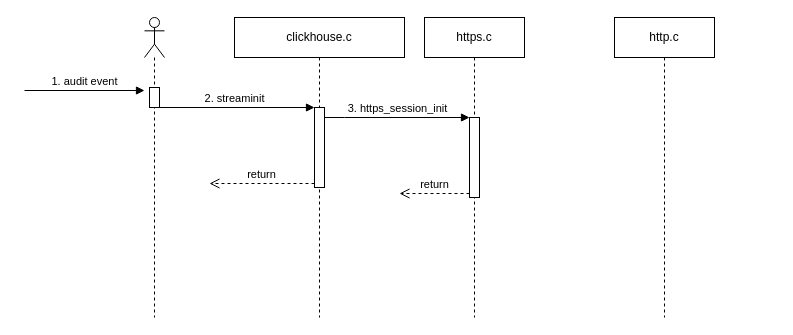
Above: clickhouse interact http.drawio in leonce28/draw-io-img (draw.io), before the change. Source tidied: cells renumbered, new cells numbered last; positions are measured from the earlier drawing's top-left corner, leaving out a move shared by most shapes. Both pictures are drawn from the tidied source at 100%, with x=0, y=0 at pixel (24, 17).
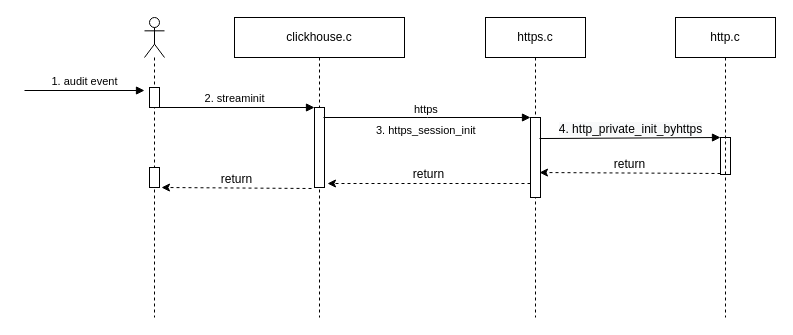
After the change.

Unchanged cells that the change refers to:
```xml
<mxCell id="2" value="clickhouse.c" style="shape=umlLifeline;perimeter=lifelinePerimeter;whiteSpace=wrap;html=1;" parent="1" vertex="1">
  <mxGeometry x="210" width="170" height="300" as="geometry" />
</mxCell>
<mxCell id="3" style="html=1;points=[];perimeter=orthogonalPerimeter;" parent="2" vertex="1">
  <mxGeometry x="80" y="90" width="10" height="80" as="geometry" />
</mxCell>
<mxCell id="8" style="html=1;points=[];perimeter=orthogonalPerimeter;" parent="7" vertex="1">
  <mxGeometry x="45" y="100" width="10" height="80" as="geometry" />
</mxCell>
```

Change to the diagram source:
```diff
@@
+    <mxCell id="5" style="shape=umlLifeline;participant=umlActor;perimeter=lifelinePerimeter;whiteSpace=wrap;html=1;verticalAlign=top;spacingTop=36;" parent="1" vertex="1">
+      <mxGeometry x="120" width="20" height="300" as="geometry" />
+    </mxCell>
+    <mxCell id="6" style="html=1;perimeter=orthogonalPerimeter;" parent="5" vertex="1">
+      <mxGeometry x="5" y="70" width="10" height="20" as="geometry" />
+    </mxCell>
+    <mxCell id="14" style="html=1;perimeter=orthogonalPerimeter;" parent="5" vertex="1">
+      <mxGeometry x="5" y="150" width="10" height="20" as="geometry" />
+    </mxCell>
@@
-    <mxCell id="4" value="return" style="html=1;verticalAlign=bottom;endArrow=open;dashed=1;endSize=8;exitX=0;exitY=0.95;rounded=0;" parent="2" edge="1" source="3">
-      <mxGeometry relative="1" as="geometry">
-        <mxPoint x="-25" y="166" as="targetPoint" />
-      </mxGeometry>
-    </mxCell>
-    <mxCell id="5" style="shape=umlLifeline;participant=umlActor;perimeter=lifelinePerimeter;whiteSpace=wrap;html=1;verticalAlign=top;spacingTop=36;" parent="1" vertex="1">
-      <mxGeometry x="120" width="20" height="300" as="geometry" />
-    </mxCell>
-    <mxCell id="6" style="html=1;perimeter=orthogonalPerimeter;" parent="5" vertex="1">
-      <mxGeometry x="5" y="70" width="10" height="20" as="geometry" />
-    </mxCell>
+    <mxCell id="15" value="return" style="html=1;verticalAlign=bottom;endArrow=classic;dashed=1;endSize=6;exitX=0;exitY=0.95;rounded=0;fontFamily=Helvetica;fontSize=12;fontColor=default;strokeWidth=1;endFill=1;" parent="2" edge="1">
+      <mxGeometry relative="1" as="geometry">
+        <mxPoint x="77" y="171" as="sourcePoint" />
+        <mxPoint x="-73" y="170" as="targetPoint" />
+      </mxGeometry>
+    </mxCell>
     <mxCell id="7" value="https.c" style="shape=umlLifeline;perimeter=lifelinePerimeter;whiteSpace=wrap;html=1;" parent="1" vertex="1">
-      <mxGeometry x="400" width="100" height="300" as="geometry" />
+      <mxGeometry x="461" width="100" height="300" as="geometry" />
     </mxCell>
@@
-    <mxCell id="9" value="return" style="html=1;verticalAlign=bottom;endArrow=open;dashed=1;endSize=8;exitX=0;exitY=0.95;rounded=0;" parent="7" edge="1" source="8">
-      <mxGeometry relative="1" as="geometry">
-        <mxPoint x="-25" y="176" as="targetPoint" />
-      </mxGeometry>
-    </mxCell>
+    <mxCell id="13" value="&lt;span style=&quot;text-align: center&quot;&gt;3. https_session_init&lt;/span&gt;" style="endArrow=block;endFill=1;html=1;edgeStyle=orthogonalEdgeStyle;align=left;verticalAlign=top;rounded=0;exitX=0.9;exitY=0.125;exitDx=0;exitDy=0;exitPerimeter=0;" parent="7" edge="1" source="3">
+      <mxGeometry x="-0.51" relative="1" as="geometry">
+        <mxPoint x="45" y="100" as="targetPoint" />
+      </mxGeometry>
+    </mxCell>
+    <mxCell id="16" value="https" style="edgeLabel;html=1;align=left;verticalAlign=bottom;" parent="13" vertex="1">
+      <mxGeometry x="-1" relative="1" as="geometry">
+        <mxPoint x="89" as="offset" />
+      </mxGeometry>
+    </mxCell>
+    <mxCell id="17" value="return" style="html=1;verticalAlign=bottom;endArrow=classic;dashed=1;endSize=6;exitX=0;exitY=0.95;rounded=0;fontFamily=Helvetica;fontSize=12;fontColor=default;strokeWidth=1;entryX=1.3;entryY=0.95;entryDx=0;entryDy=0;entryPerimeter=0;endFill=1;" parent="7" edge="1" target="3">
+      <mxGeometry relative="1" as="geometry">
+        <mxPoint x="45" y="166" as="sourcePoint" />
+      </mxGeometry>
+    </mxCell>
     <mxCell id="10" value="http.c" style="shape=umlLifeline;perimeter=lifelinePerimeter;whiteSpace=wrap;html=1;" parent="1" vertex="1">
-      <mxGeometry x="590" width="100" height="300" as="geometry" />
+      <mxGeometry x="651" width="100" height="300" as="geometry" />
     </mxCell>
+    <mxCell id="18" style="html=1;points=[];perimeter=orthogonalPerimeter;fontFamily=Helvetica;fontSize=12;fontColor=default;fillColor=none;gradientColor=none;" parent="10" vertex="1">
+      <mxGeometry x="45" y="120" width="10" height="37" as="geometry" />
+    </mxCell>
@@
-    <mxCell id="13" value="3. https_session_init" style="html=1;verticalAlign=bottom;endArrow=block;entryX=0;entryY=0;rounded=0;" parent="1" edge="1" target="8">
-      <mxGeometry relative="1" as="geometry">
-        <mxPoint x="300" y="100" as="sourcePoint" />
-        <Array as="points">
-          <mxPoint x="320" y="100" />
-        </Array>
-      </mxGeometry>
-    </mxCell>
+    <mxCell id="19" value="&lt;span style=&quot;text-align: left ; background-color: rgb(248 , 249 , 250)&quot;&gt;4. http_private_init_byhttps&lt;/span&gt;" style="html=1;verticalAlign=bottom;endArrow=block;entryX=0;entryY=0;rounded=0;fontFamily=Helvetica;fontSize=12;fontColor=default;endSize=6;strokeWidth=1;exitX=0.9;exitY=0.263;exitDx=0;exitDy=0;exitPerimeter=0;" parent="1" edge="1" source="8" target="18">
+      <mxGeometry relative="1" as="geometry" />
+    </mxCell>
+    <mxCell id="20" value="return" style="html=1;verticalAlign=bottom;endArrow=classic;dashed=1;endSize=6;exitX=0;exitY=0.95;rounded=0;fontFamily=Helvetica;fontSize=12;fontColor=default;strokeWidth=1;entryX=0.9;entryY=0.688;entryDx=0;entryDy=0;entryPerimeter=0;endFill=1;" parent="1" edge="1" target="8">
+      <mxGeometry relative="1" as="geometry">
+        <mxPoint x="696" y="156" as="sourcePoint" />
+      </mxGeometry>
+    </mxCell>
```
